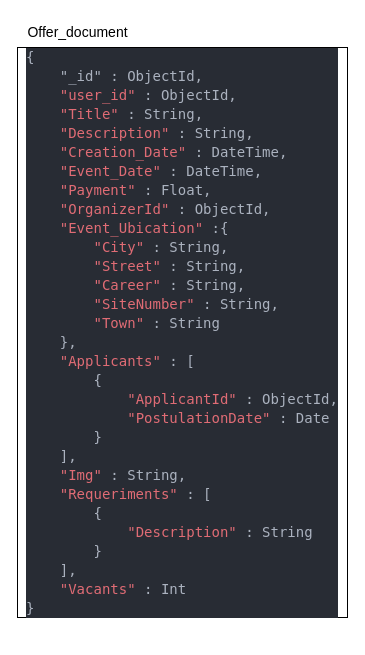
Before: Base de datos/Offers/Offers.drawio in moises-ph/Nodens-documentacion, a draw.io diagram. Source tidied: cells renumbered, new cells numbered last; positions are measured from the earlier drawing's top-left corner, leaving out a move shared by most shapes. Both pictures are drawn from the tidied source at 100%, with x=0, y=0 at pixel (17, 17).
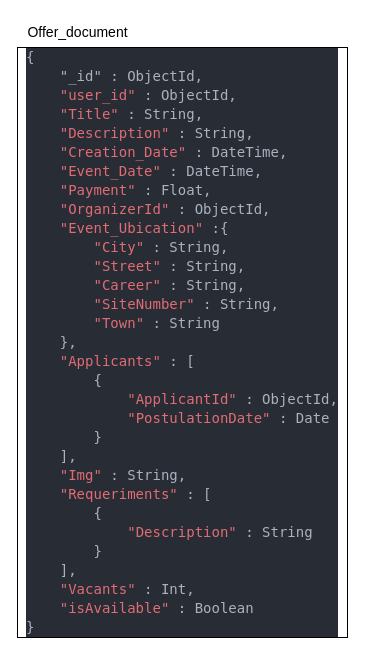
The same diagram, later.

Commit message (it also covers changes not shown here):
Offers actualizadas

Change to the diagram source:
```diff
@@
 <mxGraphModel>
   <root>
     <mxCell id="0" />
     <mxCell id="1" parent="0" />
-    <mxCell id="2" value="&lt;div style=&quot;text-align: justify;&quot;&gt;&lt;div style=&quot;color: rgb(169, 177, 214); background-color: rgb(26, 27, 38); font-family: Consolas, &amp;quot;Courier New&amp;quot;, monospace; font-size: 14px; line-height: 19px;&quot;&gt;&lt;div style=&quot;color: rgb(171, 178, 191); background-color: rgb(40, 44, 52); font-family: &amp;quot;DejaVu Sans Mono&amp;quot;, Consolas, &amp;quot;Courier New&amp;quot;, monospace; line-height: 19px;&quot;&gt;&lt;div style=&quot;line-height: 19px;&quot;&gt;&lt;div&gt;{&lt;/div&gt;&lt;div&gt;&amp;nbsp; &amp;nbsp; &quot;_id&quot; : ObjectId,&lt;/div&gt;&lt;div&gt;&amp;nbsp; &amp;nbsp; &lt;span style=&quot;color: #e06c75;&quot;&gt;&quot;user_id&quot;&lt;/span&gt; : ObjectId,&lt;/div&gt;&lt;div&gt;&amp;nbsp; &amp;nbsp; &lt;span style=&quot;color: #e06c75;&quot;&gt;&quot;Title&quot;&lt;/span&gt; : String,&lt;/div&gt;&lt;div&gt;&amp;nbsp; &amp;nbsp; &lt;span style=&quot;color: #e06c75;&quot;&gt;&quot;Description&quot;&lt;/span&gt; : String,&lt;/div&gt;&lt;div&gt;&amp;nbsp; &amp;nbsp; &lt;span style=&quot;color: #e06c75;&quot;&gt;&quot;Creation_Date&quot;&lt;/span&gt; : DateTime,&lt;/div&gt;&lt;div&gt;&amp;nbsp; &amp;nbsp; &lt;span style=&quot;color: #e06c75;&quot;&gt;&quot;Event_Date&quot;&lt;/span&gt; : DateTime,&lt;/div&gt;&lt;div&gt;&amp;nbsp; &amp;nbsp; &lt;span style=&quot;color: #e06c75;&quot;&gt;&quot;Payment&quot;&lt;/span&gt; : Float,&lt;/div&gt;&lt;div&gt;&amp;nbsp; &amp;nbsp; &lt;span style=&quot;color: #e06c75;&quot;&gt;&quot;OrganizerId&quot;&lt;/span&gt; : ObjectId,&lt;/div&gt;&lt;div&gt;&amp;nbsp; &amp;nbsp; &lt;span style=&quot;color: #e06c75;&quot;&gt;&quot;Event_Ubication&quot;&lt;/span&gt; :{&lt;/div&gt;&lt;div&gt;&amp;nbsp; &amp;nbsp; &amp;nbsp; &amp;nbsp; &lt;span style=&quot;color: #e06c75;&quot;&gt;&quot;City&quot;&lt;/span&gt; : String,&lt;/div&gt;&lt;div&gt;&amp;nbsp; &amp;nbsp; &amp;nbsp; &amp;nbsp; &lt;span style=&quot;color: #e06c75;&quot;&gt;&quot;Street&quot;&lt;/span&gt; : String,&lt;/div&gt;&lt;div&gt;&amp;nbsp; &amp;nbsp; &amp;nbsp; &amp;nbsp; &lt;span style=&quot;color: #e06c75;&quot;&gt;&quot;Career&quot;&lt;/span&gt; : String,&lt;/div&gt;&lt;div&gt;&amp;nbsp; &amp;nbsp; &amp;nbsp; &amp;nbsp; &lt;span style=&quot;color: #e06c75;&quot;&gt;&quot;SiteNumber&quot;&lt;/span&gt; : String,&lt;/div&gt;&lt;div&gt;&amp;nbsp; &amp;nbsp; &amp;nbsp; &amp;nbsp; &lt;span style=&quot;color: #e06c75;&quot;&gt;&quot;Town&quot;&lt;/span&gt; : String&lt;/div&gt;&lt;div&gt;&amp;nbsp; &amp;nbsp; },&lt;/div&gt;&lt;div&gt;&amp;nbsp; &amp;nbsp; &lt;span style=&quot;color: #e06c75;&quot;&gt;&quot;Applicants&quot;&lt;/span&gt; : [&lt;/div&gt;&lt;div&gt;&amp;nbsp; &amp;nbsp; &amp;nbsp; &amp;nbsp; {&lt;/div&gt;&lt;div&gt;&amp;nbsp; &amp;nbsp; &amp;nbsp; &amp;nbsp; &amp;nbsp; &amp;nbsp; &lt;span style=&quot;color: #e06c75;&quot;&gt;&quot;ApplicantId&quot;&lt;/span&gt; : ObjectId,&lt;/div&gt;&lt;div&gt;&amp;nbsp; &amp;nbsp; &amp;nbsp; &amp;nbsp; &amp;nbsp; &amp;nbsp; &lt;span style=&quot;color: #e06c75;&quot;&gt;&quot;PostulationDate&quot;&lt;/span&gt; : Date&lt;/div&gt;&lt;div&gt;&amp;nbsp; &amp;nbsp; &amp;nbsp; &amp;nbsp; }&lt;/div&gt;&lt;div&gt;&amp;nbsp; &amp;nbsp; ],&lt;/div&gt;&lt;div&gt;&amp;nbsp; &amp;nbsp; &lt;span style=&quot;color: #e06c75;&quot;&gt;&quot;Img&quot;&lt;/span&gt; : String,&lt;/div&gt;&lt;div&gt;&amp;nbsp; &amp;nbsp; &lt;span style=&quot;color: #e06c75;&quot;&gt;&quot;Requeriments&quot;&lt;/span&gt; : [&lt;/div&gt;&lt;div&gt;&amp;nbsp; &amp;nbsp; &amp;nbsp; &amp;nbsp; {&lt;/div&gt;&lt;div&gt;&amp;nbsp; &amp;nbsp; &amp;nbsp; &amp;nbsp; &amp;nbsp; &amp;nbsp; &lt;span style=&quot;color: #e06c75;&quot;&gt;&quot;Description&quot;&lt;/span&gt; : String&lt;/div&gt;&lt;div&gt;&amp;nbsp; &amp;nbsp; &amp;nbsp; &amp;nbsp; }&lt;/div&gt;&lt;div&gt;&amp;nbsp; &amp;nbsp; ],&lt;/div&gt;&lt;div&gt;&amp;nbsp; &amp;nbsp; &lt;span style=&quot;color: #e06c75;&quot;&gt;&quot;Vacants&quot;&lt;/span&gt; : Int&lt;/div&gt;&lt;div&gt;}&lt;/div&gt;&lt;/div&gt;&lt;/div&gt;&lt;/div&gt;&lt;/div&gt;" style="rounded=0;whiteSpace=wrap;html=1;" parent="1" vertex="1">
-      <mxGeometry y="30" width="330" height="570" as="geometry" />
+    <mxCell id="2" value="&lt;div style=&quot;text-align: justify;&quot;&gt;&lt;div style=&quot;background-color: rgb(26, 27, 38); font-family: Consolas, &amp;quot;Courier New&amp;quot;, monospace; font-size: 14px; line-height: 19px;&quot;&gt;&lt;div style=&quot;background-color: rgb(40, 44, 52); font-family: &amp;quot;DejaVu Sans Mono&amp;quot;, Consolas, &amp;quot;Courier New&amp;quot;, monospace; line-height: 19px;&quot;&gt;&lt;div style=&quot;line-height: 19px;&quot;&gt;&lt;div style=&quot;color: rgb(171, 178, 191);&quot;&gt;{&lt;/div&gt;&lt;div style=&quot;color: rgb(171, 178, 191);&quot;&gt;&amp;nbsp; &amp;nbsp; &quot;_id&quot; : ObjectId,&lt;/div&gt;&lt;div style=&quot;color: rgb(171, 178, 191);&quot;&gt;&amp;nbsp; &amp;nbsp; &lt;span style=&quot;color: #e06c75;&quot;&gt;&quot;user_id&quot;&lt;/span&gt; : ObjectId,&lt;/div&gt;&lt;div style=&quot;color: rgb(171, 178, 191);&quot;&gt;&amp;nbsp; &amp;nbsp; &lt;span style=&quot;color: #e06c75;&quot;&gt;&quot;Title&quot;&lt;/span&gt; : String,&lt;/div&gt;&lt;div style=&quot;color: rgb(171, 178, 191);&quot;&gt;&amp;nbsp; &amp;nbsp; &lt;span style=&quot;color: #e06c75;&quot;&gt;&quot;Description&quot;&lt;/span&gt; : String,&lt;/div&gt;&lt;div style=&quot;color: rgb(171, 178, 191);&quot;&gt;&amp;nbsp; &amp;nbsp; &lt;span style=&quot;color: #e06c75;&quot;&gt;&quot;Creation_Date&quot;&lt;/span&gt; : DateTime,&lt;/div&gt;&lt;div style=&quot;color: rgb(171, 178, 191);&quot;&gt;&amp;nbsp; &amp;nbsp; &lt;span style=&quot;color: #e06c75;&quot;&gt;&quot;Event_Date&quot;&lt;/span&gt; : DateTime,&lt;/div&gt;&lt;div style=&quot;color: rgb(171, 178, 191);&quot;&gt;&amp;nbsp; &amp;nbsp; &lt;span style=&quot;color: #e06c75;&quot;&gt;&quot;Payment&quot;&lt;/span&gt; : Float,&lt;/div&gt;&lt;div style=&quot;color: rgb(171, 178, 191);&quot;&gt;&amp;nbsp; &amp;nbsp; &lt;span style=&quot;color: #e06c75;&quot;&gt;&quot;OrganizerId&quot;&lt;/span&gt; : ObjectId,&lt;/div&gt;&lt;div style=&quot;color: rgb(171, 178, 191);&quot;&gt;&amp;nbsp; &amp;nbsp; &lt;span style=&quot;color: #e06c75;&quot;&gt;&quot;Event_Ubication&quot;&lt;/span&gt; :{&lt;/div&gt;&lt;div style=&quot;color: rgb(171, 178, 191);&quot;&gt;&amp;nbsp; &amp;nbsp; &amp;nbsp; &amp;nbsp; &lt;span style=&quot;color: #e06c75;&quot;&gt;&quot;City&quot;&lt;/span&gt; : String,&lt;/div&gt;&lt;div style=&quot;color: rgb(171, 178, 191);&quot;&gt;&amp;nbsp; &amp;nbsp; &amp;nbsp; &amp;nbsp; &lt;span style=&quot;color: #e06c75;&quot;&gt;&quot;Street&quot;&lt;/span&gt; : String,&lt;/div&gt;&lt;div style=&quot;color: rgb(171, 178, 191);&quot;&gt;&amp;nbsp; &amp;nbsp; &amp;nbsp; &amp;nbsp; &lt;span style=&quot;color: #e06c75;&quot;&gt;&quot;Career&quot;&lt;/span&gt; : String,&lt;/div&gt;&lt;div style=&quot;color: rgb(171, 178, 191);&quot;&gt;&amp;nbsp; &amp;nbsp; &amp;nbsp; &amp;nbsp; &lt;span style=&quot;color: #e06c75;&quot;&gt;&quot;SiteNumber&quot;&lt;/span&gt; : String,&lt;/div&gt;&lt;div style=&quot;color: rgb(171, 178, 191);&quot;&gt;&amp;nbsp; &amp;nbsp; &amp;nbsp; &amp;nbsp; &lt;span style=&quot;color: #e06c75;&quot;&gt;&quot;Town&quot;&lt;/span&gt; : String&lt;/div&gt;&lt;div style=&quot;color: rgb(171, 178, 191);&quot;&gt;&amp;nbsp; &amp;nbsp; },&lt;/div&gt;&lt;div style=&quot;color: rgb(171, 178, 191);&quot;&gt;&amp;nbsp; &amp;nbsp; &lt;span style=&quot;color: #e06c75;&quot;&gt;&quot;Applicants&quot;&lt;/span&gt; : [&lt;/div&gt;&lt;div style=&quot;color: rgb(171, 178, 191);&quot;&gt;&amp;nbsp; &amp;nbsp; &amp;nbsp; &amp;nbsp; {&lt;/div&gt;&lt;div style=&quot;color: rgb(171, 178, 191);&quot;&gt;&amp;nbsp; &amp;nbsp; &amp;nbsp; &amp;nbsp; &amp;nbsp; &amp;nbsp; &lt;span style=&quot;color: #e06c75;&quot;&gt;&quot;ApplicantId&quot;&lt;/span&gt; : ObjectId,&lt;/div&gt;&lt;div style=&quot;color: rgb(171, 178, 191);&quot;&gt;&amp;nbsp; &amp;nbsp; &amp;nbsp; &amp;nbsp; &amp;nbsp; &amp;nbsp; &lt;span style=&quot;color: #e06c75;&quot;&gt;&quot;PostulationDate&quot;&lt;/span&gt; : Date&lt;/div&gt;&lt;div style=&quot;color: rgb(171, 178, 191);&quot;&gt;&amp;nbsp; &amp;nbsp; &amp;nbsp; &amp;nbsp; }&lt;/div&gt;&lt;div style=&quot;color: rgb(171, 178, 191);&quot;&gt;&amp;nbsp; &amp;nbsp; ],&lt;/div&gt;&lt;div style=&quot;color: rgb(171, 178, 191);&quot;&gt;&amp;nbsp; &amp;nbsp; &lt;span style=&quot;color: #e06c75;&quot;&gt;&quot;Img&quot;&lt;/span&gt; : String,&lt;/div&gt;&lt;div style=&quot;color: rgb(171, 178, 191);&quot;&gt;&amp;nbsp; &amp;nbsp; &lt;span style=&quot;color: #e06c75;&quot;&gt;&quot;Requeriments&quot;&lt;/span&gt; : [&lt;/div&gt;&lt;div style=&quot;color: rgb(171, 178, 191);&quot;&gt;&amp;nbsp; &amp;nbsp; &amp;nbsp; &amp;nbsp; {&lt;/div&gt;&lt;div style=&quot;color: rgb(171, 178, 191);&quot;&gt;&amp;nbsp; &amp;nbsp; &amp;nbsp; &amp;nbsp; &amp;nbsp; &amp;nbsp; &lt;span style=&quot;color: #e06c75;&quot;&gt;&quot;Description&quot;&lt;/span&gt; : String&lt;/div&gt;&lt;div style=&quot;color: rgb(171, 178, 191);&quot;&gt;&amp;nbsp; &amp;nbsp; &amp;nbsp; &amp;nbsp; }&lt;/div&gt;&lt;div style=&quot;color: rgb(171, 178, 191);&quot;&gt;&amp;nbsp; &amp;nbsp; ],&lt;/div&gt;&lt;div style=&quot;color: rgb(171, 178, 191);&quot;&gt;&amp;nbsp; &amp;nbsp; &lt;span style=&quot;color: #e06c75;&quot;&gt;&quot;Vacants&quot;&lt;/span&gt; : Int,&lt;/div&gt;&lt;div style=&quot;&quot;&gt;&lt;font color=&quot;#abb2bf&quot;&gt;&amp;nbsp; &amp;nbsp;&amp;nbsp;&lt;/font&gt;&lt;font color=&quot;#e06c75&quot;&gt;&quot;isAvailable&quot;&lt;/font&gt;&lt;font color=&quot;#abb2bf&quot;&gt;&amp;nbsp;: Boolean&lt;/font&gt;&lt;br&gt;&lt;/div&gt;&lt;div style=&quot;color: rgb(171, 178, 191);&quot;&gt;}&lt;/div&gt;&lt;/div&gt;&lt;/div&gt;&lt;/div&gt;&lt;/div&gt;" style="rounded=0;whiteSpace=wrap;html=1;" parent="1" vertex="1">
+      <mxGeometry y="30" width="330" height="590" as="geometry" />
     </mxCell>
     <mxCell id="3" value="Offer_document" style="text;html=1;align=center;verticalAlign=middle;strokeColor=none;fillColor=none;fontSize=14;" parent="1" vertex="1">
       <mxGeometry width="120" height="30" as="geometry" />
     </mxCell>
   </root>
 </mxGraphModel>
```
